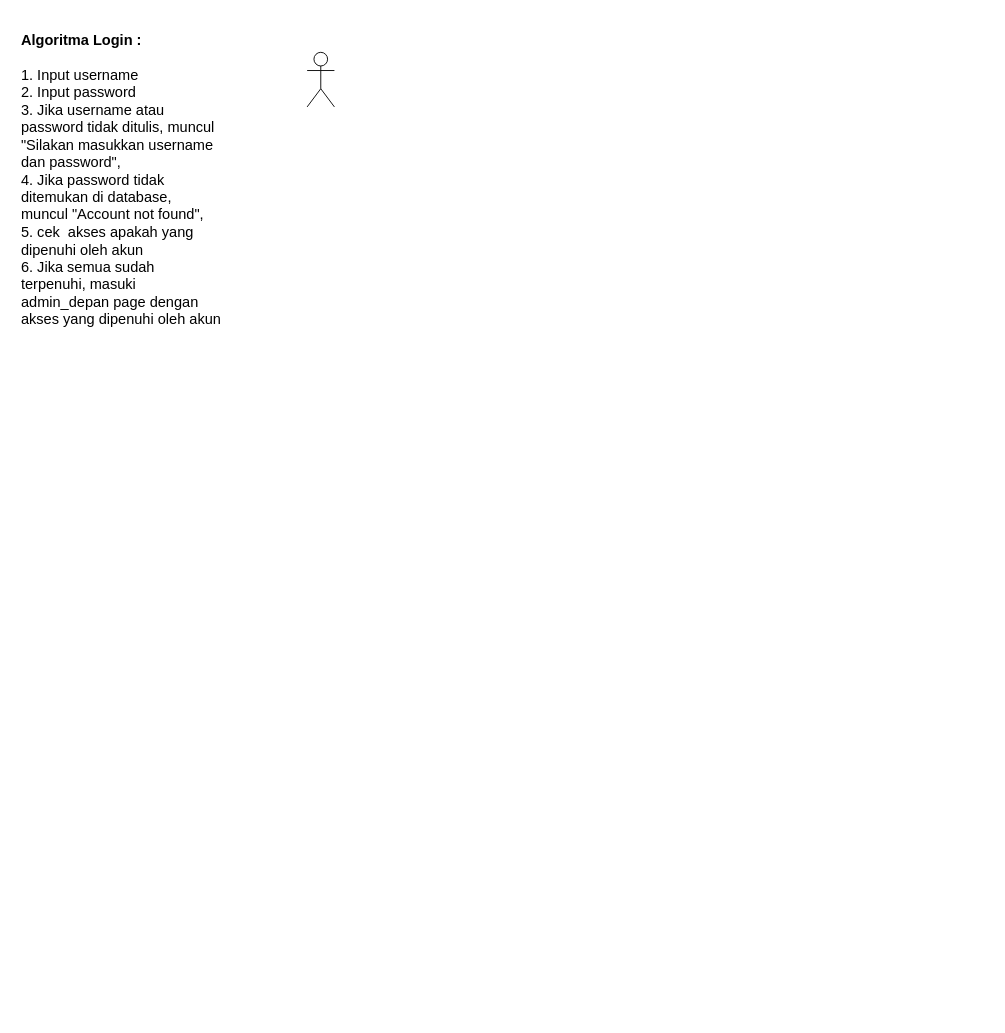
Earlier version of the draw.io diagram page "login_function sequence" (2 of 2) of UPRAK.drawio (eviepk12/CollectionOfCharts). Source tidied: cells renumbered, new cells numbered last; positions are measured from the earlier drawing's top-left corner, leaving out a move shared by most shapes. Both pictures are drawn from the tidied source at 91%, with x=0, y=0 at pixel (15, 15).
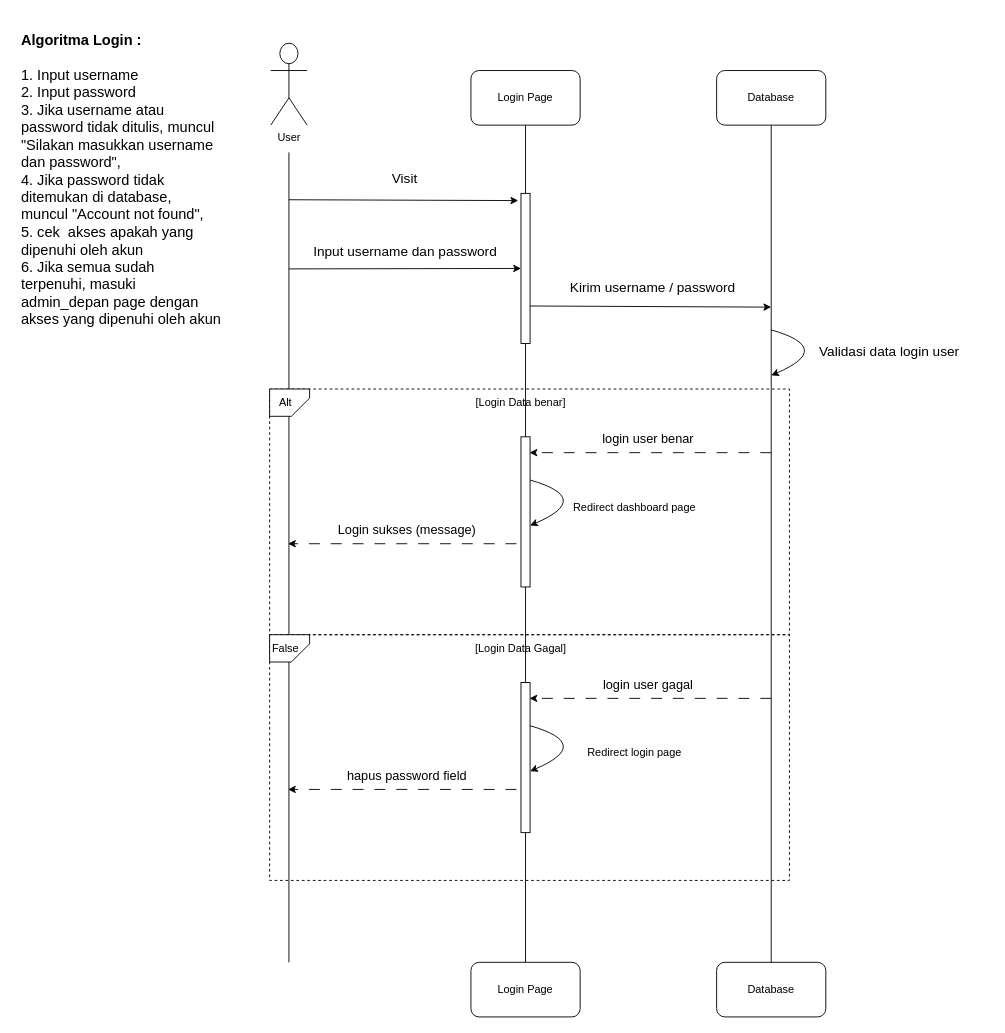
Above is the later version.

What changed in the source:
```diff
@@
-    <mxCell id="3" style="shape=umlActor;verticalLabelPosition=bottom;verticalAlign=top;html=1;" parent="1" vertex="1">
-      <mxGeometry x="320" y="40" width="30" height="60" as="geometry" />
-    </mxCell>
+    <mxCell id="4" value="User" style="shape=umlActor;verticalLabelPosition=bottom;verticalAlign=top;html=1;" parent="1" vertex="1">
+      <mxGeometry x="280" y="30" width="40" height="90" as="geometry" />
+    </mxCell>
+    <mxCell id="5" style="endArrow=none;html=1;rounded=0;" parent="1" edge="1">
+      <mxGeometry relative="1" as="geometry">
+        <mxPoint x="300" y="150" as="sourcePoint" />
+        <mxPoint x="300" y="1040" as="targetPoint" />
+      </mxGeometry>
+    </mxCell>
+    <mxCell id="6" style="endArrow=classic;html=1;rounded=0;entryX=-0.3;entryY=0.048;entryDx=0;entryDy=0;entryPerimeter=0;" parent="1" edge="1" target="13">
+      <mxGeometry relative="1" as="geometry">
+        <mxPoint x="300" y="202" as="sourcePoint" />
+      </mxGeometry>
+    </mxCell>
+    <mxCell id="7" value="Login Page" style="rounded=1;whiteSpace=wrap;html=1;" parent="1" vertex="1">
+      <mxGeometry x="500" y="60" width="120" height="60" as="geometry" />
+    </mxCell>
+    <mxCell id="8" style="endArrow=none;html=1;rounded=0;exitX=0.5;exitY=1;exitDx=0;exitDy=0;entryX=0.5;entryY=0;entryDx=0;entryDy=0;" parent="1" edge="1" source="13" target="15">
+      <mxGeometry relative="1" as="geometry" />
+    </mxCell>
+    <mxCell id="9" value="&lt;font style=&quot;font-size: 15px;&quot;&gt;Visit&lt;/font&gt;" style="text;html=1;strokeColor=none;fillColor=none;align=center;verticalAlign=middle;whiteSpace=wrap;rounded=0;" parent="1" vertex="1">
+      <mxGeometry x="400" y="160" width="55" height="35" as="geometry" />
+    </mxCell>
+    <mxCell id="10" value="&lt;font style=&quot;font-size: 15px;&quot;&gt;Input username dan password&lt;/font&gt;" style="text;html=1;strokeColor=none;fillColor=none;align=center;verticalAlign=middle;whiteSpace=wrap;rounded=0;" parent="1" vertex="1">
+      <mxGeometry x="317.5" y="240" width="220" height="35" as="geometry" />
+    </mxCell>
+    <mxCell id="11" style="endArrow=classic;html=1;rounded=0;entryX=0;entryY=0.5;entryDx=0;entryDy=0;" parent="1" edge="1" target="13">
+      <mxGeometry relative="1" as="geometry">
+        <mxPoint x="300" y="278" as="sourcePoint" />
+      </mxGeometry>
+    </mxCell>
+    <mxCell id="12" style="endArrow=none;html=1;rounded=0;exitX=0.5;exitY=1;exitDx=0;exitDy=0;" parent="1" edge="1" source="7" target="13">
+      <mxGeometry relative="1" as="geometry" />
+    </mxCell>
+    <mxCell id="13" style="rounded=0;whiteSpace=wrap;html=1;" parent="1" vertex="1">
+      <mxGeometry x="555" y="195" width="10" height="165" as="geometry" />
+    </mxCell>
+    <mxCell id="14" style="endArrow=classic;html=1;rounded=0;exitX=1;exitY=0.75;exitDx=0;exitDy=0;" parent="1" edge="1" source="13">
+      <mxGeometry relative="1" as="geometry">
+        <mxPoint x="830" y="320" as="targetPoint" />
+      </mxGeometry>
+    </mxCell>
+    <mxCell id="15" value="Login Page" style="rounded=1;whiteSpace=wrap;html=1;" parent="1" vertex="1">
+      <mxGeometry x="500" y="1040" width="120" height="60" as="geometry" />
+    </mxCell>
+    <mxCell id="16" value="Database" style="rounded=1;whiteSpace=wrap;html=1;" parent="1" vertex="1">
+      <mxGeometry x="770" y="60" width="120" height="60" as="geometry" />
+    </mxCell>
+    <mxCell id="17" value="Database" style="rounded=1;whiteSpace=wrap;html=1;" parent="1" vertex="1">
+      <mxGeometry x="770" y="1040" width="120" height="60" as="geometry" />
+    </mxCell>
+    <mxCell id="18" value="&lt;font style=&quot;font-size: 15px;&quot;&gt;Kirim username / password&lt;/font&gt;" style="text;html=1;strokeColor=none;fillColor=none;align=center;verticalAlign=middle;whiteSpace=wrap;rounded=0;" parent="1" vertex="1">
+      <mxGeometry x="590" y="280" width="220" height="35" as="geometry" />
+    </mxCell>
+    <mxCell id="19" style="endArrow=classic;html=1;curved=1;" parent="1" edge="1">
+      <mxGeometry relative="1" as="geometry">
+        <mxPoint x="830" y="345" as="sourcePoint" />
+        <mxPoint x="830" y="395" as="targetPoint" />
+        <Array as="points">
+          <mxPoint x="900" y="365" />
+        </Array>
+      </mxGeometry>
+    </mxCell>
+    <mxCell id="20" value="&lt;font style=&quot;font-size: 15px;&quot;&gt;Validasi data login user&lt;/font&gt;" style="text;html=1;strokeColor=none;fillColor=none;align=center;verticalAlign=middle;whiteSpace=wrap;rounded=0;" parent="1" vertex="1">
+      <mxGeometry x="850" y="350" width="220" height="35" as="geometry" />
+    </mxCell>
+    <mxCell id="21" style="endArrow=none;html=1;rounded=0;entryX=0.5;entryY=1;entryDx=0;entryDy=0;exitX=0.5;exitY=0;exitDx=0;exitDy=0;" parent="1" edge="1" source="17" target="16">
+      <mxGeometry relative="1" as="geometry" />
+    </mxCell>
+    <mxCell id="22" style="group;" parent="1" vertex="1">
+      <mxGeometry x="270" y="410" width="580" height="270" as="geometry" />
+    </mxCell>
+    <mxCell id="23" style="rounded=0;whiteSpace=wrap;html=1;dashed=1;gradientColor=default;fillColor=none;" parent="22" vertex="1">
+      <mxGeometry x="8.8" width="571.2" height="270" as="geometry" />
+    </mxCell>
+    <mxCell id="24" style="verticalLabelPosition=bottom;verticalAlign=top;html=1;shape=card;whiteSpace=wrap;size=20;arcSize=12;direction=west;" parent="22" vertex="1">
+      <mxGeometry x="8.8" width="43.9" height="30" as="geometry" />
+    </mxCell>
+    <mxCell id="25" value="Alt" style="text;html=1;strokeColor=none;fillColor=none;align=center;verticalAlign=middle;whiteSpace=wrap;rounded=0;" parent="22" vertex="1">
+      <mxGeometry width="52.7" height="30" as="geometry" />
+    </mxCell>
+    <mxCell id="26" style="endArrow=classic;html=1;rounded=0;dashed=1;dashPattern=12 12;exitX=0.965;exitY=0.259;exitDx=0;exitDy=0;exitPerimeter=0;entryX=0.5;entryY=0.259;entryDx=0;entryDy=0;entryPerimeter=0;" parent="22" edge="1" source="23" target="23">
+      <mxGeometry relative="1" as="geometry" />
+    </mxCell>
+    <mxCell id="27" value="[Login Data benar]" style="text;html=1;strokeColor=none;fillColor=none;align=center;verticalAlign=middle;whiteSpace=wrap;rounded=0;" parent="22" vertex="1">
+      <mxGeometry x="220" width="130" height="30" as="geometry" />
+    </mxCell>
+    <mxCell id="28" style="rounded=0;whiteSpace=wrap;html=1;" parent="22" vertex="1">
+      <mxGeometry x="285" y="52.5" width="10" height="165" as="geometry" />
+    </mxCell>
+    <mxCell id="29" value="&lt;font style=&quot;font-size: 14px;&quot;&gt;login user benar&lt;/font&gt;" style="text;html=1;strokeColor=none;fillColor=none;align=center;verticalAlign=middle;whiteSpace=wrap;rounded=0;" parent="22" vertex="1">
+      <mxGeometry x="360" y="40" width="130" height="30" as="geometry" />
+    </mxCell>
+    <mxCell id="30" style="endArrow=classic;html=1;rounded=0;dashed=1;dashPattern=12 12;entryX=0.5;entryY=0.259;entryDx=0;entryDy=0;entryPerimeter=0;" parent="22" edge="1">
+      <mxGeometry relative="1" as="geometry">
+        <mxPoint x="280" y="170" as="sourcePoint" />
+        <mxPoint x="29" y="170" as="targetPoint" />
+      </mxGeometry>
+    </mxCell>
+    <mxCell id="31" value="&lt;font style=&quot;font-size: 14px;&quot;&gt;Login sukses (message)&lt;/font&gt;" style="text;html=1;strokeColor=none;fillColor=none;align=center;verticalAlign=middle;whiteSpace=wrap;rounded=0;" parent="22" vertex="1">
+      <mxGeometry x="80" y="140" width="160" height="30" as="geometry" />
+    </mxCell>
+    <mxCell id="32" style="endArrow=classic;html=1;curved=1;" parent="22" edge="1">
+      <mxGeometry relative="1" as="geometry">
+        <mxPoint x="295" y="100" as="sourcePoint" />
+        <mxPoint x="295" y="150" as="targetPoint" />
+        <Array as="points">
+          <mxPoint x="365" y="120" />
+        </Array>
+      </mxGeometry>
+    </mxCell>
+    <mxCell id="33" value="Redirect dashboard page" style="text;html=1;strokeColor=none;fillColor=none;align=center;verticalAlign=middle;whiteSpace=wrap;rounded=0;" parent="22" vertex="1">
+      <mxGeometry x="330" y="120" width="160" height="20" as="geometry" />
+    </mxCell>
+    <mxCell id="34" style="group;" parent="1" vertex="1">
+      <mxGeometry x="270" y="680" width="580" height="270" as="geometry" />
+    </mxCell>
+    <mxCell id="35" style="rounded=0;whiteSpace=wrap;html=1;dashed=1;gradientColor=default;fillColor=none;" parent="34" vertex="1">
+      <mxGeometry x="8.8" width="571.2" height="270" as="geometry" />
+    </mxCell>
+    <mxCell id="36" style="verticalLabelPosition=bottom;verticalAlign=top;html=1;shape=card;whiteSpace=wrap;size=20;arcSize=12;direction=west;" parent="34" vertex="1">
+      <mxGeometry x="8.8" width="43.9" height="30" as="geometry" />
+    </mxCell>
+    <mxCell id="37" value="False" style="text;html=1;strokeColor=none;fillColor=none;align=center;verticalAlign=middle;whiteSpace=wrap;rounded=0;" parent="34" vertex="1">
+      <mxGeometry width="52.7" height="30" as="geometry" />
+    </mxCell>
+    <mxCell id="38" style="endArrow=classic;html=1;rounded=0;dashed=1;dashPattern=12 12;exitX=0.965;exitY=0.259;exitDx=0;exitDy=0;exitPerimeter=0;entryX=0.5;entryY=0.259;entryDx=0;entryDy=0;entryPerimeter=0;" parent="34" edge="1" source="35" target="35">
+      <mxGeometry relative="1" as="geometry" />
+    </mxCell>
+    <mxCell id="39" value="[Login Data Gagal]" style="text;html=1;strokeColor=none;fillColor=none;align=center;verticalAlign=middle;whiteSpace=wrap;rounded=0;" parent="34" vertex="1">
+      <mxGeometry x="220" width="130" height="30" as="geometry" />
+    </mxCell>
+    <mxCell id="40" style="rounded=0;whiteSpace=wrap;html=1;" parent="34" vertex="1">
+      <mxGeometry x="285" y="52.5" width="10" height="165" as="geometry" />
+    </mxCell>
+    <mxCell id="41" value="&lt;font style=&quot;font-size: 14px;&quot;&gt;login user gagal&lt;/font&gt;" style="text;html=1;strokeColor=none;fillColor=none;align=center;verticalAlign=middle;whiteSpace=wrap;rounded=0;" parent="34" vertex="1">
+      <mxGeometry x="360" y="40" width="130" height="30" as="geometry" />
+    </mxCell>
+    <mxCell id="42" style="endArrow=classic;html=1;rounded=0;dashed=1;dashPattern=12 12;entryX=0.5;entryY=0.259;entryDx=0;entryDy=0;entryPerimeter=0;" parent="34" edge="1">
+      <mxGeometry relative="1" as="geometry">
+        <mxPoint x="280" y="170" as="sourcePoint" />
+        <mxPoint x="29" y="170" as="targetPoint" />
+      </mxGeometry>
+    </mxCell>
+    <mxCell id="43" value="&lt;span style=&quot;font-size: 14px;&quot;&gt;hapus password field&lt;/span&gt;" style="text;html=1;strokeColor=none;fillColor=none;align=center;verticalAlign=middle;whiteSpace=wrap;rounded=0;" parent="34" vertex="1">
+      <mxGeometry x="80" y="140" width="160" height="30" as="geometry" />
+    </mxCell>
+    <mxCell id="44" style="endArrow=classic;html=1;curved=1;" parent="34" edge="1">
+      <mxGeometry relative="1" as="geometry">
+        <mxPoint x="295" y="100" as="sourcePoint" />
+        <mxPoint x="295" y="150" as="targetPoint" />
+        <Array as="points">
+          <mxPoint x="365" y="120" />
+        </Array>
+      </mxGeometry>
+    </mxCell>
+    <mxCell id="45" value="Redirect login page" style="text;html=1;strokeColor=none;fillColor=none;align=center;verticalAlign=middle;whiteSpace=wrap;rounded=0;" parent="34" vertex="1">
+      <mxGeometry x="330" y="120" width="160" height="20" as="geometry" />
+    </mxCell>
```
